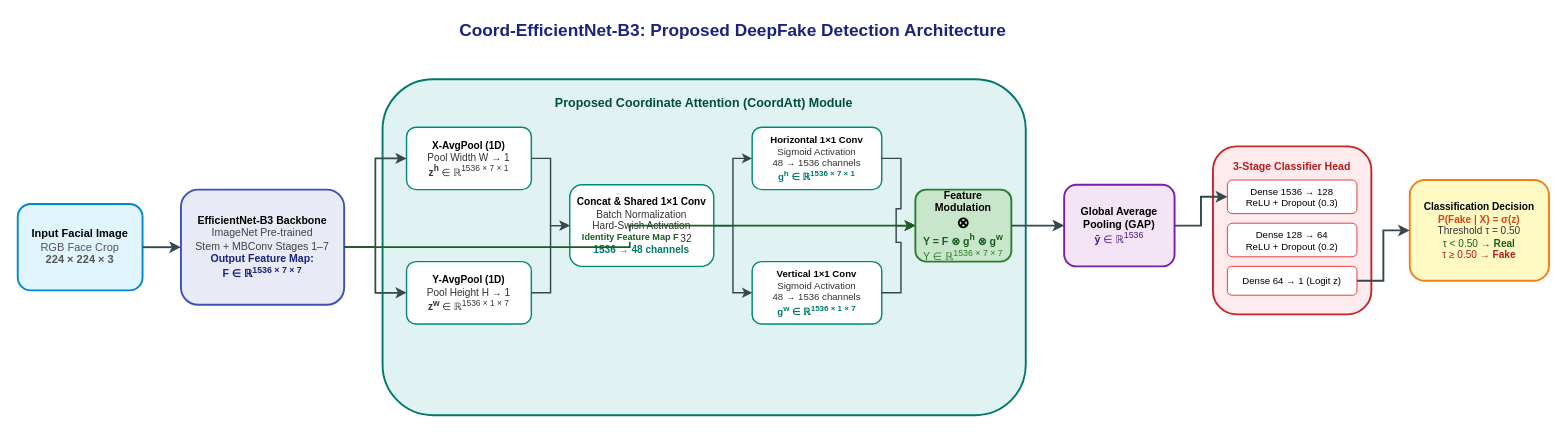
This is paper/figures/architecture_proposed_model.drawio from AnsumanSutar/deepfake-research, a draw.io file, before an edit. Source tidied: cells renumbered, new cells numbered last; positions are measured from the earlier drawing's top-left corner, leaving out a move shared by most shapes. Both pictures are drawn from the tidied source at 96%, with x=0, y=0 at pixel (17, 16).
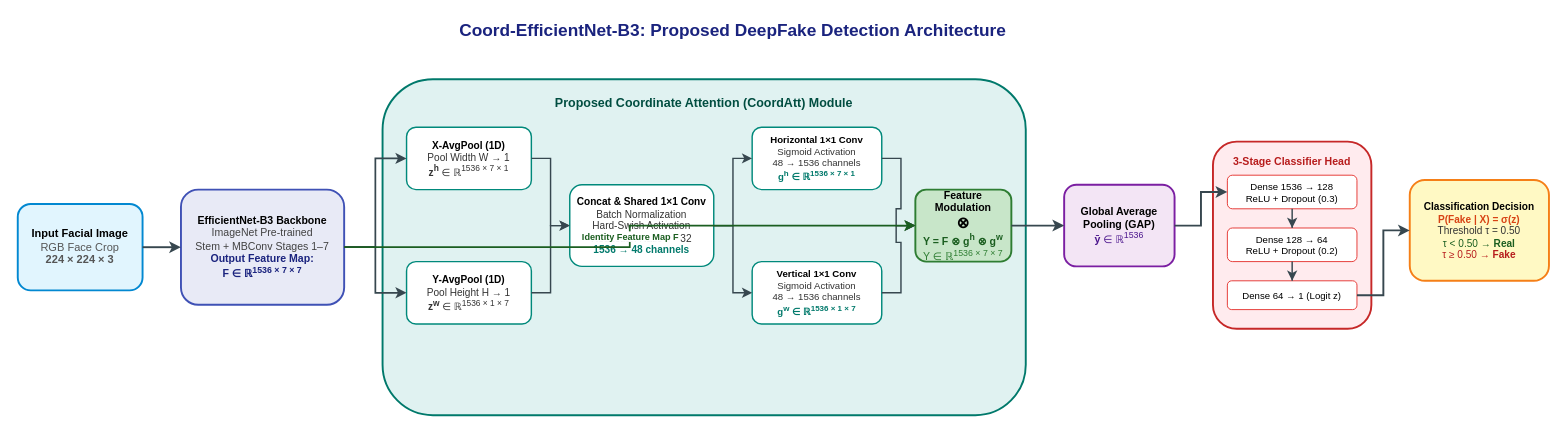
After the change.

Commit message (it also covers changes not shown here):
style(diagram): add sequential downward arrows inside 3-stage classifier head

Diff of the diagram source:
```diff
@@
     <mxCell id="24" value="&lt;b style=&quot;color: #B71C1C;&quot;&gt;3-Stage Classifier Head&lt;/b&gt;" style="rounded=1;whiteSpace=wrap;html=1;fillColor=#FFEBEE;strokeColor=#C62828;strokeWidth=2;strokeDashed=1;verticalAlign=top;align=center;spacingTop=8;fontSize=11;" parent="1" vertex="1">
-      <mxGeometry x="1245" y="135" width="165" height="175" as="geometry" />
+      <mxGeometry x="1245" y="130" width="165" height="195" as="geometry" />
     </mxCell>
     <mxCell id="25" value="Dense 1536 &amp;rarr; 128&lt;br&gt;ReLU + Dropout (0.3)" style="rounded=1;whiteSpace=wrap;html=1;fillColor=#FFFFFF;strokeColor=#E53935;strokeWidth=1;fontSize=10;" parent="1" vertex="1">
-      <mxGeometry x="1260" y="170" width="135" height="35" as="geometry" />
+      <mxGeometry x="1260" y="165" width="135" height="35" as="geometry" />
     </mxCell>
     <mxCell id="26" value="Dense 128 &amp;rarr; 64&lt;br&gt;ReLU + Dropout (0.2)" style="rounded=1;whiteSpace=wrap;html=1;fillColor=#FFFFFF;strokeColor=#E53935;strokeWidth=1;fontSize=10;" parent="1" vertex="1">
-      <mxGeometry x="1260" y="215" width="135" height="35" as="geometry" />
+      <mxGeometry x="1260" y="220" width="135" height="35" as="geometry" />
     </mxCell>
     <mxCell id="27" value="Dense 64 &amp;rarr; 1 (Logit z)" style="rounded=1;whiteSpace=wrap;html=1;fillColor=#FFFFFF;strokeColor=#E53935;strokeWidth=1;fontSize=10;" parent="1" vertex="1">
-      <mxGeometry x="1260" y="260" width="135" height="30" as="geometry" />
+      <mxGeometry x="1260" y="275" width="135" height="30" as="geometry" />
     </mxCell>
+    <mxCell id="31" style="edgeStyle=orthogonalEdgeStyle;rounded=0;jettySize=auto;html=1;strokeColor=#37474F;strokeWidth=1.5;endArrow=classic;" parent="1" edge="1" source="25" target="26">
+      <mxGeometry relative="1" as="geometry" />
+    </mxCell>
+    <mxCell id="32" style="edgeStyle=orthogonalEdgeStyle;rounded=0;jettySize=auto;html=1;strokeColor=#37474F;strokeWidth=1.5;endArrow=classic;" parent="1" edge="1" source="26" target="27">
+      <mxGeometry relative="1" as="geometry" />
+    </mxCell>
```
